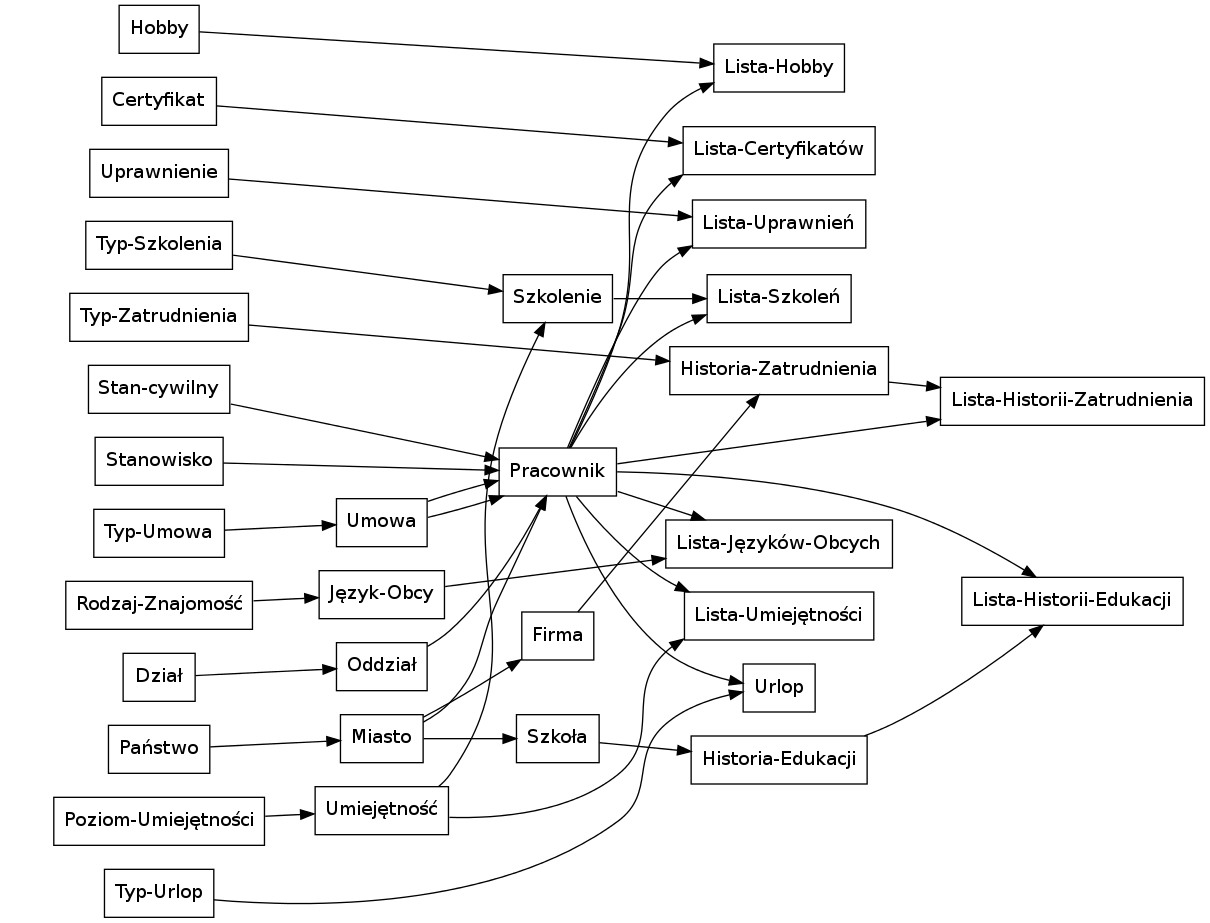
The Graphviz diagram tex/srem.png in soltys/PSBD-Projekt, before a commit. Its source is kept beside it as graph/SREM.dot. Source of this version:
```dot
digraph {
    rankdir="LR";
 node [shape=box];
subgraph tier1 {
        rank="same";
        edge[style="invisible",dir="none"];
        "Państwo" -> "Dział" -> "Poziom-Umiejętności" -> "Typ-Urlop" -> "Rodzaj-Znajomość" -> "Typ-Umowa";
        "Typ-Umowa"-> "Stan-cywilny" -> "Uprawnienie" -> "Typ-Szkolenia";
        "Typ-Szkolenia" -> "Typ-Zatrudnienia" -> "Stanowisko" -> "Certyfikat" -> "Hobby" ;
    }

subgraph tier2{
        rank="same";
        edge[style="invisible",dir="none"];
        "Język-Obcy" -> "Oddział" -> "Miasto" -> "Umiejętność" -> "Umowa" -> "Język-Obcy" ;
    }

subgraph tier3{
        rank="same";
        edge[style="invisible",dir="none"];
       "Firma" -> "Szkoła" -> "Szkolenie" -> "Pracownik";
    }

subgraph tier4{
        rank="same";
        edge[style="invisible",dir="none"];
       "Historia-Zatrudnienia" -> "Historia-Edukacji";
    }



"Miasto" -> "Pracownik";
"Umowa" -> "Pracownik";
"Stanowisko" -> "Pracownik";
"Oddział" -> "Pracownik";
"Pracownik" -> "Urlop";
"Umowa" -> "Pracownik";
"Stan-cywilny" -> "Pracownik";
"Państwo" -> "Miasto";
"Miasto" -> "Firma";
"Miasto" -> "Szkoła";
"Poziom-Umiejętności" -> "Umiejętność";
"Umiejętność" -> "Szkolenie";
"Typ-Zatrudnienia" -> "Historia-Zatrudnienia";
"Firma" -> "Historia-Zatrudnienia";
"Typ-Szkolenia" -> "Szkolenie";
"Dział" -> "Oddział";
"Typ-Urlop" -> "Urlop";
"Typ-Umowa" -> "Umowa";
"Rodzaj-Znajomość" -> "Język-Obcy";
"Szkoła" -> "Historia-Edukacji";

"Pracownik" -> "Lista-Umiejętności";
"Umiejętność" -> "Lista-Umiejętności";
"Pracownik" -> "Lista-Historii-Zatrudnienia";
"Historia-Zatrudnienia" -> "Lista-Historii-Zatrudnienia";
"Pracownik" -> "Lista-Uprawnień";
"Uprawnienie" -> "Lista-Uprawnień";
"Pracownik" -> "Lista-Certyfikatów";
"Certyfikat" -> "Lista-Certyfikatów";
"Pracownik" -> "Lista-Szkoleń";
"Szkolenie" -> "Lista-Szkoleń";
"Pracownik" -> "Lista-Języków-Obcych";
"Język-Obcy" -> "Lista-Języków-Obcych";
"Pracownik" -> "Lista-Historii-Edukacji";
"Historia-Edukacji" -> "Lista-Historii-Edukacji";
"Pracownik" -> "Lista-Hobby";
"Hobby" -> "Lista-Hobby";

}
```
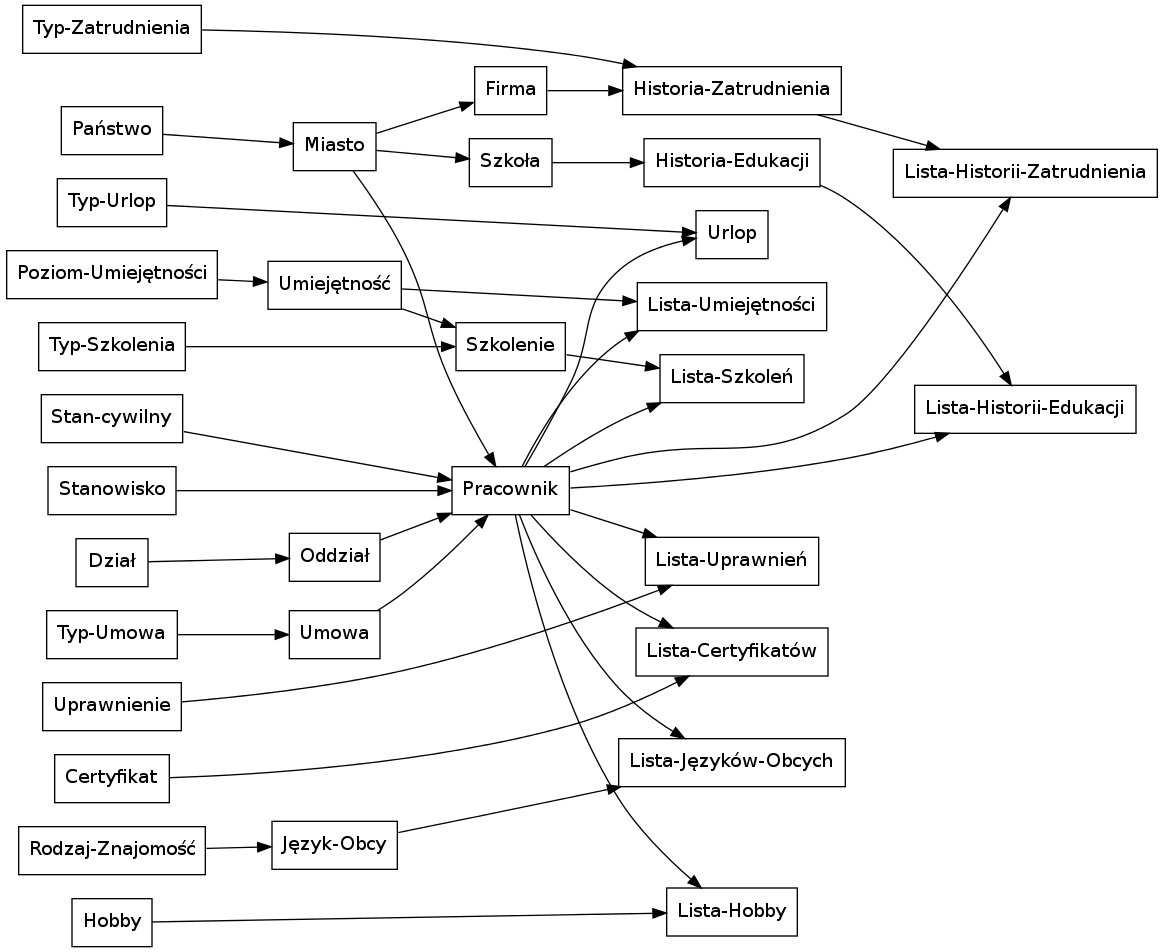
Above is the later version.

What changed in the source:
```diff
@@ -1,32 +1,29 @@
 digraph {
+
     rankdir="LR";
- node [shape=box];
-subgraph tier1 {
-        rank="same";
-        edge[style="invisible",dir="none"];
-        "Państwo" -> "Dział" -> "Poziom-Umiejętności" -> "Typ-Urlop" -> "Rodzaj-Znajomość" -> "Typ-Umowa";
-        "Typ-Umowa"-> "Stan-cywilny" -> "Uprawnienie" -> "Typ-Szkolenia";
-        "Typ-Szkolenia" -> "Typ-Zatrudnienia" -> "Stanowisko" -> "Certyfikat" -> "Hobby" ;
-    }
+    node [shape=box];
 
-subgraph tier2{
-        rank="same";
-        edge[style="invisible",dir="none"];
-        "Język-Obcy" -> "Oddział" -> "Miasto" -> "Umiejętność" -> "Umowa" -> "Język-Obcy" ;
-    }
+{rank="same";
+    "Państwo" ; "Dział" ; "Poziom-Umiejętności" ; "Typ-Urlop" ; "Rodzaj-Znajomość" ;
+    "Typ-Umowa"; "Stan-cywilny" ; "Uprawnienie" ; "Typ-Szkolenia";
+    "Typ-Szkolenia" ; "Typ-Zatrudnienia" ; "Stanowisko" ; "Certyfikat" ; "Hobby" ;
+}
 
-subgraph tier3{
-        rank="same";
-        edge[style="invisible",dir="none"];
-       "Firma" -> "Szkoła" -> "Szkolenie" -> "Pracownik";
-    }
+{rank="same";
+    "Język-Obcy" ; "Oddział" ; "Miasto" ; "Umiejętność" ; "Umowa" ; "Język-Obcy" ;
+}
 
-subgraph tier4{
-        rank="same";
-        edge[style="invisible",dir="none"];
-       "Historia-Zatrudnienia" -> "Historia-Edukacji";
-    }
+{rank="same";
+    "Firma" ; "Szkoła" ; "Szkolenie" ; "Pracownik";
+}
 
+{rank="same";
+    "Historia-Zatrudnienia" ; "Historia-Edukacji"; "Urlop";
+}
+
+{rank="same";
+    "Lista-Historii-Zatrudnienia";
+}
 
 
 "Miasto" -> "Pracownik";
@@ -34,7 +31,6 @@
 "Stanowisko" -> "Pracownik";
 "Oddział" -> "Pracownik";
 "Pracownik" -> "Urlop";
-"Umowa" -> "Pracownik";
 "Stan-cywilny" -> "Pracownik";
 "Państwo" -> "Miasto";
 "Miasto" -> "Firma";
```
